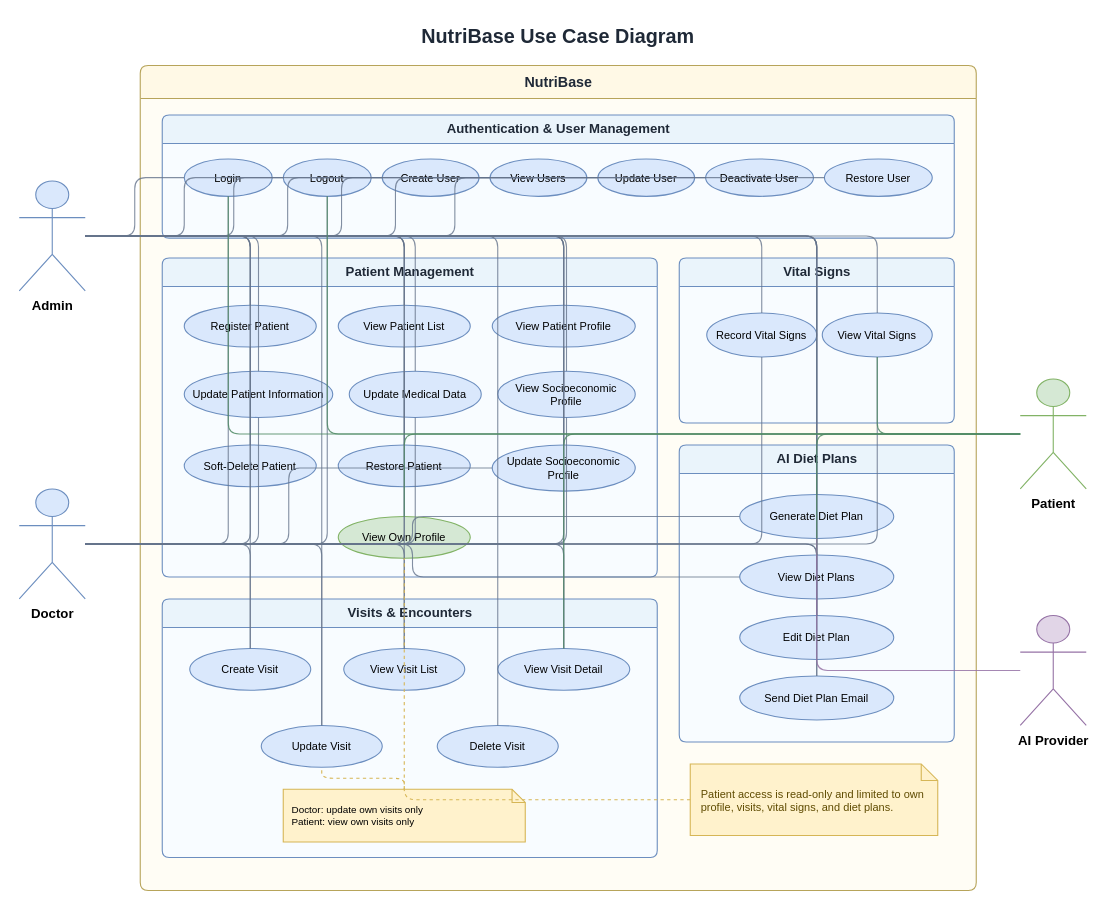
Earlier version of the draw.io diagram _docs_uni/_diagrams_new/3.1-use-case-diagram.drawio (amarHrvc/nutriledger). Source tidied: cells renumbered, new cells numbered last; positions are measured from the earlier drawing's top-left corner, leaving out a move shared by most shapes. Both pictures are drawn from the tidied source at 110%, with x=0, y=0 at pixel (19, 19).
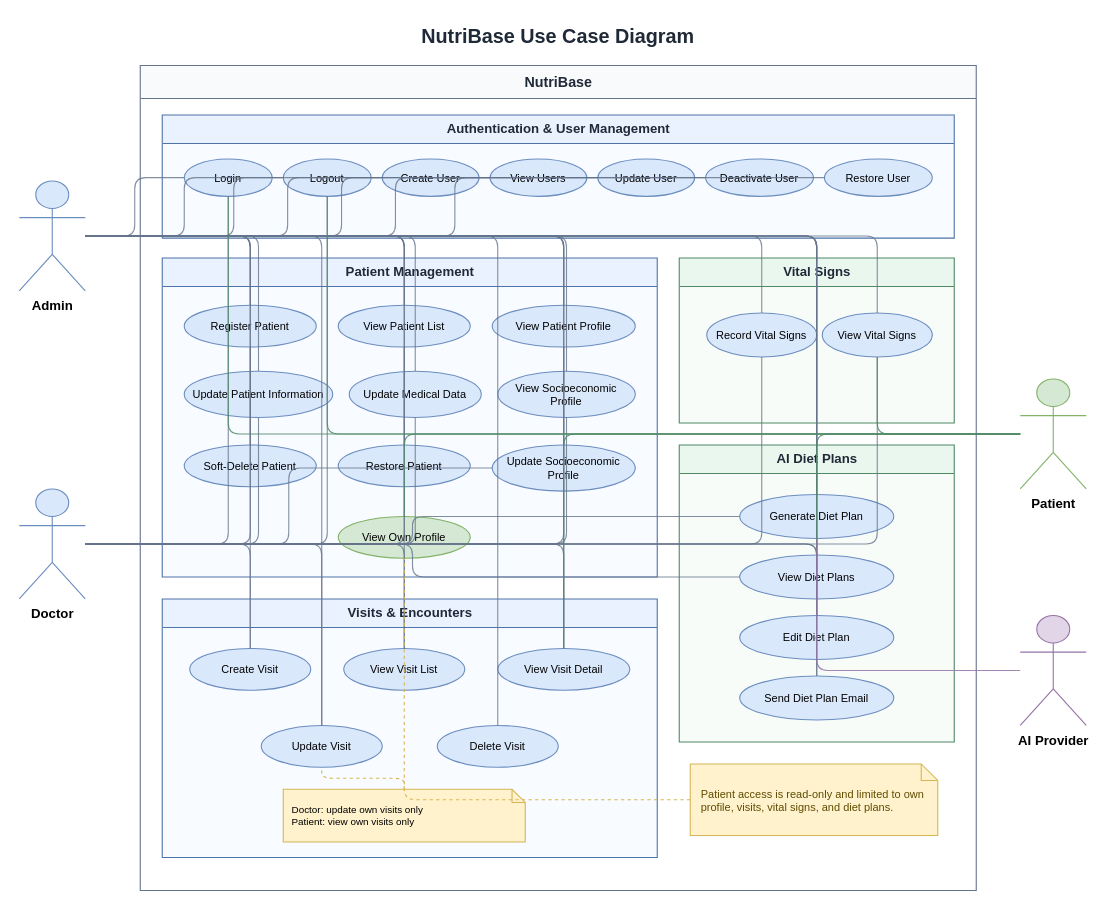
After the change.

Commit message:
docs: align use case diagram styling

Change to the diagram source:
```diff
@@
-    <mxCell id="3" value="NutriBase" style="swimlane;html=1;horizontal=1;startSize=30;rounded=1;arcSize=8;fillColor=#FFF9E6;swimlaneFillColor=#FFFDF5;strokeColor=#B7A45A;fontColor=#1F2937;fontSize=13;fontStyle=1;" parent="1" vertex="1">
+    <mxCell id="3" value="NutriBase" style="swimlane;html=1;horizontal=1;startSize=30;rounded=0;fillColor=#F8FAFC;swimlaneFillColor=#FFFFFF;strokeColor=#64748B;fontColor=#1F2937;fontSize=13;fontStyle=1;" parent="1" vertex="1">
       <mxGeometry x="110" y="42" width="760" height="750" as="geometry" />
     </mxCell>
-    <mxCell id="4" value="Authentication &amp; User Management" style="swimlane;html=1;horizontal=1;startSize=26;rounded=1;arcSize=8;fillColor=#EAF4FB;swimlaneFillColor=#F8FCFF;strokeColor=#6C8EBF;fontColor=#1F2937;fontSize=12;fontStyle=1;" parent="1" vertex="1">
+    <mxCell id="4" value="Authentication &amp; User Management" style="swimlane;html=1;horizontal=1;startSize=26;rounded=0;fillColor=#EAF2FF;swimlaneFillColor=#F8FBFF;strokeColor=#4E73A8;fontColor=#1F2937;fontSize=12;fontStyle=1;" parent="1" vertex="1">
       <mxGeometry x="130" y="87" width="720" height="112" as="geometry" />
     </mxCell>
-    <mxCell id="5" value="Patient Management" style="swimlane;html=1;horizontal=1;startSize=26;rounded=1;arcSize=8;fillColor=#EAF4FB;swimlaneFillColor=#F8FCFF;strokeColor=#6C8EBF;fontColor=#1F2937;fontSize=12;fontStyle=1;" parent="1" vertex="1">
+    <mxCell id="5" value="Patient Management" style="swimlane;html=1;horizontal=1;startSize=26;rounded=0;fillColor=#EAF2FF;swimlaneFillColor=#F8FBFF;strokeColor=#4E73A8;fontColor=#1F2937;fontSize=12;fontStyle=1;" parent="1" vertex="1">
       <mxGeometry x="130" y="217" width="450" height="290" as="geometry" />
     </mxCell>
-    <mxCell id="6" value="Visits &amp; Encounters" style="swimlane;html=1;horizontal=1;startSize=26;rounded=1;arcSize=8;fillColor=#EAF4FB;swimlaneFillColor=#F8FCFF;strokeColor=#6C8EBF;fontColor=#1F2937;fontSize=12;fontStyle=1;" parent="1" vertex="1">
+    <mxCell id="6" value="Visits &amp; Encounters" style="swimlane;html=1;horizontal=1;startSize=26;rounded=0;fillColor=#EAF2FF;swimlaneFillColor=#F8FBFF;strokeColor=#4E73A8;fontColor=#1F2937;fontSize=12;fontStyle=1;" parent="1" vertex="1">
       <mxGeometry x="130" y="527" width="450" height="235" as="geometry" />
     </mxCell>
-    <mxCell id="7" value="Vital Signs" style="swimlane;html=1;horizontal=1;startSize=26;rounded=1;arcSize=8;fillColor=#EAF4FB;swimlaneFillColor=#F8FCFF;strokeColor=#6C8EBF;fontColor=#1F2937;fontSize=12;fontStyle=1;" parent="1" vertex="1">
+    <mxCell id="7" value="Vital Signs" style="swimlane;html=1;horizontal=1;startSize=26;rounded=0;fillColor=#EAF7EF;swimlaneFillColor=#F8FCF9;strokeColor=#4F8A64;fontColor=#1F2937;fontSize=12;fontStyle=1;" parent="1" vertex="1">
       <mxGeometry x="600" y="217" width="250" height="150" as="geometry" />
     </mxCell>
-    <mxCell id="8" value="AI Diet Plans" style="swimlane;html=1;horizontal=1;startSize=26;rounded=1;arcSize=8;fillColor=#EAF4FB;swimlaneFillColor=#F8FCFF;strokeColor=#6C8EBF;fontColor=#1F2937;fontSize=12;fontStyle=1;" parent="1" vertex="1">
+    <mxCell id="8" value="AI Diet Plans" style="swimlane;html=1;horizontal=1;startSize=26;rounded=0;fillColor=#EAF7EF;swimlaneFillColor=#F8FCF9;strokeColor=#4F8A64;fontColor=#1F2937;fontSize=12;fontStyle=1;" parent="1" vertex="1">
       <mxGeometry x="600" y="387" width="250" height="270" as="geometry" />
     </mxCell>
```
